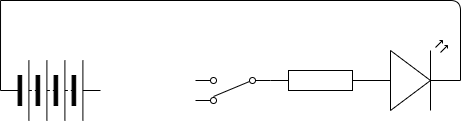
This is Cole Porter - TEJ3M - Unit #4-05.png from ColePor/TEJ3M---Unit-4, a draw.io export, as it was before one commit. Source tidied: cells renumbered, new cells last; positions are measured from the earlier drawing's top-left corner, leaving out a move shared by most shapes.
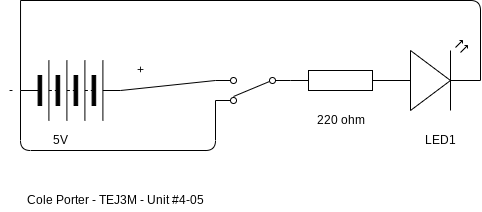
The same file after the commit.

Commit message:
Cole Porter - TEJ3M - Unit #4-05

What changed in the source:
```diff
@@ -7,6 +7,9 @@
         <mxPoint as="targetPoint" />
       </mxGeometry>
     </mxCell>
+    <mxCell id="8" style="edgeStyle=none;html=1;exitX=1;exitY=0.5;exitDx=0;exitDy=0;entryX=1;entryY=0.885;entryDx=0;entryDy=0;entryPerimeter=0;endArrow=none;endFill=0;" parent="1" edge="1" source="3" target="7">
+      <mxGeometry relative="1" as="geometry" />
+    </mxCell>
     <mxCell id="3" style="verticalLabelPosition=bottom;shadow=0;dashed=0;align=center;html=1;verticalAlign=top;shape=mxgraph.electrical.miscellaneous.batteryStack;" parent="1" vertex="1">
       <mxGeometry y="60" width="100" height="60" as="geometry" />
     </mxCell>
@@ -24,8 +27,34 @@
     <mxCell id="6" style="verticalLabelPosition=bottom;shadow=0;dashed=0;align=center;html=1;verticalAlign=top;shape=mxgraph.electrical.opto_electronics.led_2;" parent="1" vertex="1">
       <mxGeometry x="360" y="40" width="100" height="70" as="geometry" />
     </mxCell>
+    <mxCell id="9" style="edgeStyle=none;html=1;exitX=1;exitY=0.115;exitDx=0;exitDy=0;exitPerimeter=0;endArrow=none;endFill=0;entryX=0;entryY=0.5;entryDx=0;entryDy=0;" parent="1" edge="1" source="7" target="3">
+      <mxGeometry relative="1" as="geometry">
+        <Array as="points">
+          <mxPoint x="195" y="150" />
+          <mxPoint y="150" />
+        </Array>
+      </mxGeometry>
+    </mxCell>
     <mxCell id="7" style="verticalLabelPosition=bottom;shadow=0;dashed=0;align=center;html=1;verticalAlign=top;shape=mxgraph.electrical.electro-mechanical.2-way_switch;rotation=-180;" parent="1" vertex="1">
       <mxGeometry x="195" y="77" width="75" height="26" as="geometry" />
     </mxCell>
+    <mxCell id="10" value="+" style="text;html=1;align=center;verticalAlign=middle;strokeColor=none;fillColor=none;" parent="1" vertex="1">
+      <mxGeometry x="110" y="60" width="20" height="20" as="geometry" />
+    </mxCell>
+    <mxCell id="11" value="-" style="text;html=1;align=center;verticalAlign=middle;strokeColor=none;fillColor=none;" parent="1" vertex="1">
+      <mxGeometry x="-20" y="80" width="20" height="20" as="geometry" />
+    </mxCell>
+    <mxCell id="12" value="220 ohm" style="text;html=1;align=center;verticalAlign=middle;strokeColor=none;fillColor=none;" parent="1" vertex="1">
+      <mxGeometry x="290" y="110" width="60" height="20" as="geometry" />
+    </mxCell>
+    <mxCell id="13" value="LED1&lt;br&gt;" style="text;html=1;align=center;verticalAlign=middle;strokeColor=none;fillColor=none;" parent="1" vertex="1">
+      <mxGeometry x="395" y="130" width="50" height="20" as="geometry" />
+    </mxCell>
+    <mxCell id="14" value="5V" style="text;html=1;align=center;verticalAlign=middle;strokeColor=none;fillColor=none;" parent="1" vertex="1">
+      <mxGeometry x="25" y="130" width="30" height="20" as="geometry" />
+    </mxCell>
+    <mxCell id="15" value="Cole Porter - TEJ3M - Unit #4-05" style="text;html=1;align=center;verticalAlign=middle;strokeColor=none;fillColor=none;" parent="1" vertex="1">
+      <mxGeometry y="190" width="190" height="20" as="geometry" />
+    </mxCell>
   </root>
 </mxGraphModel>
```
